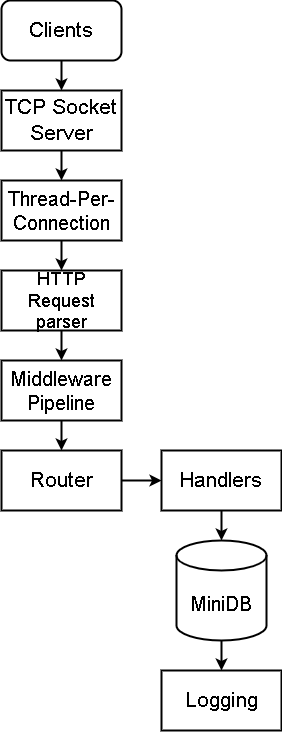
Above: Architecture_HTTP.png in karthik-k11/from-scratch-http (draw.io), before the change. Source tidied: cells renumbered, new cells last; positions are measured from the earlier drawing's top-left corner, leaving out a move shared by most shapes.
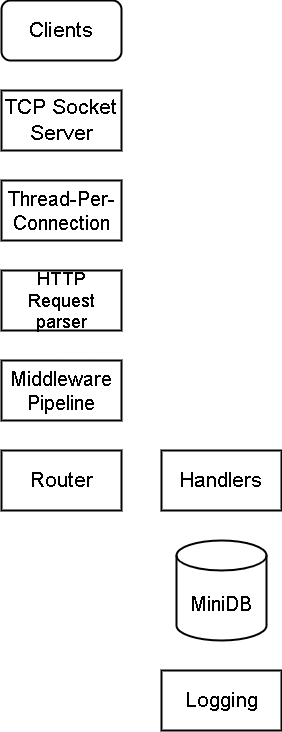
The same file after the commit.

Commit message:
Arrows colours modified

Diff of the diagram source:
```diff
@@ -2,49 +2,49 @@
   <root>
     <mxCell id="0" />
     <mxCell id="1" parent="0" />
-    <mxCell id="2" style="edgeStyle=orthogonalEdgeStyle;rounded=0;jettySize=auto;html=1;strokeWidth=2;strokeColor=light-dark(#000000,#FFFFFF);" parent="1" edge="1" source="3" target="5">
+    <mxCell id="2" style="edgeStyle=orthogonalEdgeStyle;rounded=0;jettySize=auto;html=1;strokeWidth=2;strokeColor=light-dark(#FFFFFF,#FFFFFF);fillColor=#f5f5f5;" parent="1" edge="1" source="3" target="5">
       <mxGeometry relative="1" as="geometry" />
     </mxCell>
     <mxCell id="3" value="&lt;font style=&quot;font-size: 21px;&quot;&gt;Clients&lt;/font&gt;" style="rounded=1;whiteSpace=wrap;html=1;strokeWidth=2;strokeColor=light-dark(#000000,#FFFFFF);" parent="1" vertex="1">
       <mxGeometry width="120" height="60" as="geometry" />
     </mxCell>
-    <mxCell id="4" style="edgeStyle=orthogonalEdgeStyle;rounded=0;jettySize=auto;html=1;strokeWidth=2;strokeColor=light-dark(#000000,#FFFFFF);" parent="1" edge="1" source="5" target="7">
+    <mxCell id="4" style="edgeStyle=orthogonalEdgeStyle;rounded=0;jettySize=auto;html=1;strokeWidth=2;strokeColor=light-dark(#FFFFFF,#FFFFFF);" parent="1" edge="1" source="5" target="7">
       <mxGeometry relative="1" as="geometry" />
     </mxCell>
     <mxCell id="5" value="&lt;font style=&quot;font-size: 21px;&quot;&gt;TCP Socket Server&lt;/font&gt;" style="rounded=0;whiteSpace=wrap;html=1;strokeWidth=2;strokeColor=light-dark(#000000,#FFFFFF);" parent="1" vertex="1">
       <mxGeometry y="90" width="120" height="60" as="geometry" />
     </mxCell>
-    <mxCell id="6" style="edgeStyle=orthogonalEdgeStyle;rounded=0;jettySize=auto;html=1;strokeWidth=2;strokeColor=light-dark(#000000,#FFFFFF);" parent="1" edge="1" source="7" target="9">
+    <mxCell id="6" style="edgeStyle=orthogonalEdgeStyle;rounded=0;jettySize=auto;html=1;strokeWidth=2;strokeColor=light-dark(#FFFFFF,#FFFFFF);" parent="1" edge="1" source="7" target="9">
       <mxGeometry relative="1" as="geometry" />
     </mxCell>
     <mxCell id="7" value="&lt;font style=&quot;font-size: 20px;&quot;&gt;Thread-Per-Connection&lt;/font&gt;" style="rounded=0;whiteSpace=wrap;html=1;strokeWidth=2;strokeColor=light-dark(#000000,#FFFFFF);" parent="1" vertex="1">
       <mxGeometry y="180" width="120" height="60" as="geometry" />
     </mxCell>
-    <mxCell id="8" style="edgeStyle=orthogonalEdgeStyle;rounded=0;jettySize=auto;html=1;strokeWidth=2;strokeColor=light-dark(#000000,#FFFFFF);" parent="1" edge="1" source="9" target="11">
+    <mxCell id="8" style="edgeStyle=orthogonalEdgeStyle;rounded=0;jettySize=auto;html=1;strokeWidth=2;strokeColor=light-dark(#FFFFFF,#FFFFFF);" parent="1" edge="1" source="9" target="11">
       <mxGeometry relative="1" as="geometry" />
     </mxCell>
     <mxCell id="9" value="&lt;font style=&quot;font-size: 18px;&quot;&gt;HTTP Request parser&lt;/font&gt;" style="rounded=0;whiteSpace=wrap;html=1;strokeWidth=2;strokeColor=light-dark(#000000,#FFFFFF);" parent="1" vertex="1">
       <mxGeometry y="270" width="120" height="60" as="geometry" />
     </mxCell>
-    <mxCell id="10" style="edgeStyle=orthogonalEdgeStyle;rounded=0;jettySize=auto;html=1;strokeWidth=2;strokeColor=light-dark(#000000,#FFFFFF);" parent="1" edge="1" source="11" target="13">
+    <mxCell id="10" style="edgeStyle=orthogonalEdgeStyle;rounded=0;jettySize=auto;html=1;strokeWidth=2;strokeColor=light-dark(#FFFFFF,#FFFFFF);" parent="1" edge="1" source="11" target="13">
       <mxGeometry relative="1" as="geometry" />
     </mxCell>
     <mxCell id="11" value="&lt;font style=&quot;font-size: 20px;&quot;&gt;Middleware Pipeline&lt;/font&gt;" style="rounded=0;whiteSpace=wrap;html=1;strokeWidth=2;strokeColor=light-dark(#000000,#FFFFFF);" parent="1" vertex="1">
       <mxGeometry y="360" width="120" height="60" as="geometry" />
     </mxCell>
-    <mxCell id="12" style="edgeStyle=orthogonalEdgeStyle;rounded=0;jettySize=auto;html=1;strokeWidth=2;strokeColor=light-dark(#000000,#FFFFFF);" parent="1" edge="1" source="13" target="15">
+    <mxCell id="12" style="edgeStyle=orthogonalEdgeStyle;rounded=0;jettySize=auto;html=1;strokeWidth=2;strokeColor=light-dark(#FFFFFF,#FFFFFF);" parent="1" edge="1" source="13" target="15">
       <mxGeometry relative="1" as="geometry" />
     </mxCell>
     <mxCell id="13" value="&lt;font style=&quot;font-size: 21px;&quot;&gt;Router&lt;/font&gt;" style="rounded=0;whiteSpace=wrap;html=1;strokeWidth=2;strokeColor=light-dark(#000000,#FFFFFF);" parent="1" vertex="1">
       <mxGeometry y="450" width="120" height="60" as="geometry" />
     </mxCell>
-    <mxCell id="14" style="edgeStyle=orthogonalEdgeStyle;rounded=0;jettySize=auto;html=1;strokeWidth=2;strokeColor=light-dark(#000000,#FFFFFF);" parent="1" edge="1" source="15" target="17">
+    <mxCell id="14" style="edgeStyle=orthogonalEdgeStyle;rounded=0;jettySize=auto;html=1;strokeWidth=2;strokeColor=light-dark(#FFFFFF,#FFFFFF);" parent="1" edge="1" source="15" target="17">
       <mxGeometry relative="1" as="geometry" />
     </mxCell>
     <mxCell id="15" value="&lt;font style=&quot;font-size: 21px;&quot;&gt;Handlers&lt;/font&gt;" style="rounded=0;whiteSpace=wrap;html=1;strokeWidth=2;strokeColor=light-dark(#000000,#FFFFFF);" parent="1" vertex="1">
       <mxGeometry x="160" y="450" width="120" height="60" as="geometry" />
     </mxCell>
-    <mxCell id="16" style="edgeStyle=orthogonalEdgeStyle;rounded=0;jettySize=auto;html=1;strokeWidth=2;strokeColor=light-dark(#000000,#FFFFFF);" parent="1" edge="1" source="17" target="18">
+    <mxCell id="16" style="edgeStyle=orthogonalEdgeStyle;rounded=0;jettySize=auto;html=1;strokeWidth=2;strokeColor=light-dark(#FFFFFF,#FFFFFF);" parent="1" edge="1" source="17" target="18">
       <mxGeometry relative="1" as="geometry" />
     </mxCell>
     <mxCell id="17" value="&lt;font style=&quot;font-size: 20px;&quot;&gt;MiniDB&lt;/font&gt;" style="shape=cylinder3;whiteSpace=wrap;html=1;boundedLbl=1;backgroundOutline=1;size=15;strokeWidth=2;strokeColor=light-dark(#000000,#FFFFFF);" parent="1" vertex="1">
```
